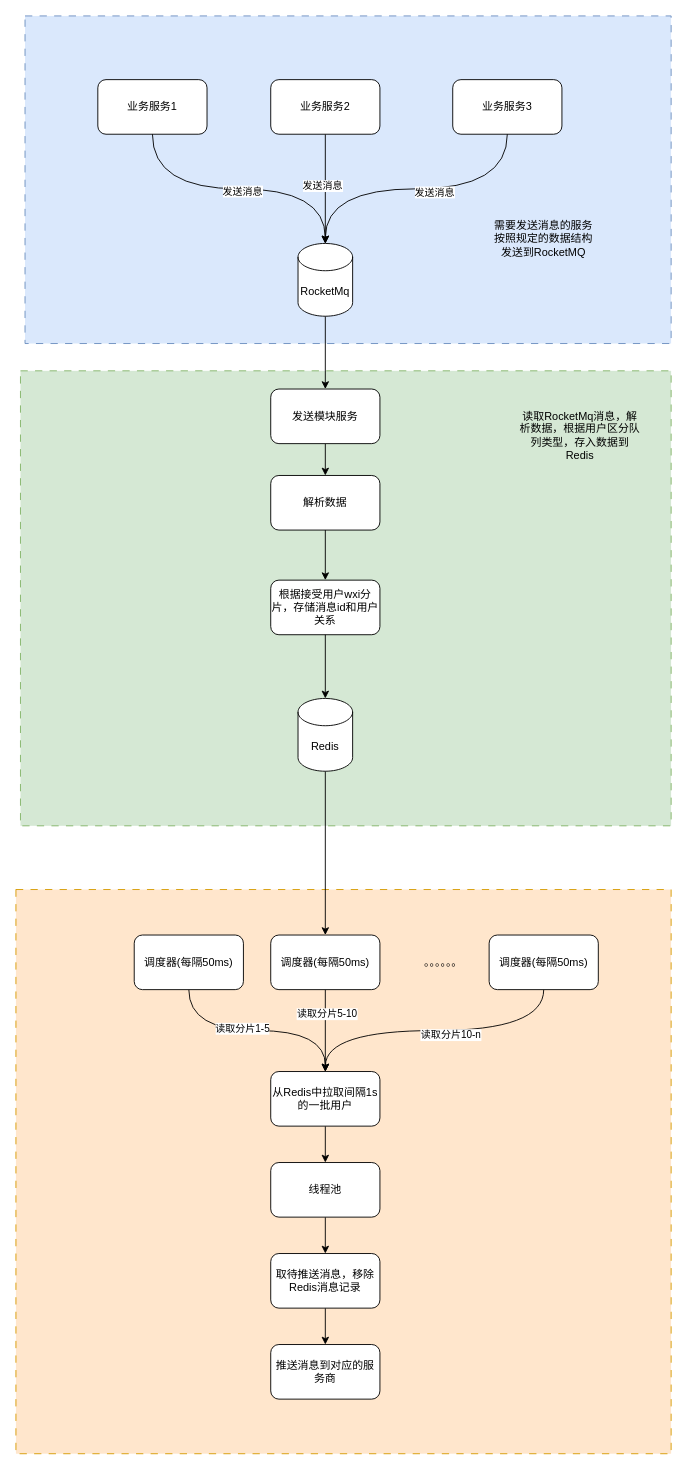
The draw.io diagram miyuan/发送模块架构.drawio in smallleaf/draw.io, before the edit. Source tidied: cells renumbered, new cells numbered last; positions are measured from the earlier drawing's top-left corner, leaving out a move shared by most shapes. Both pictures are drawn from the tidied source at 91%, with x=0, y=0 at pixel (15, 15).
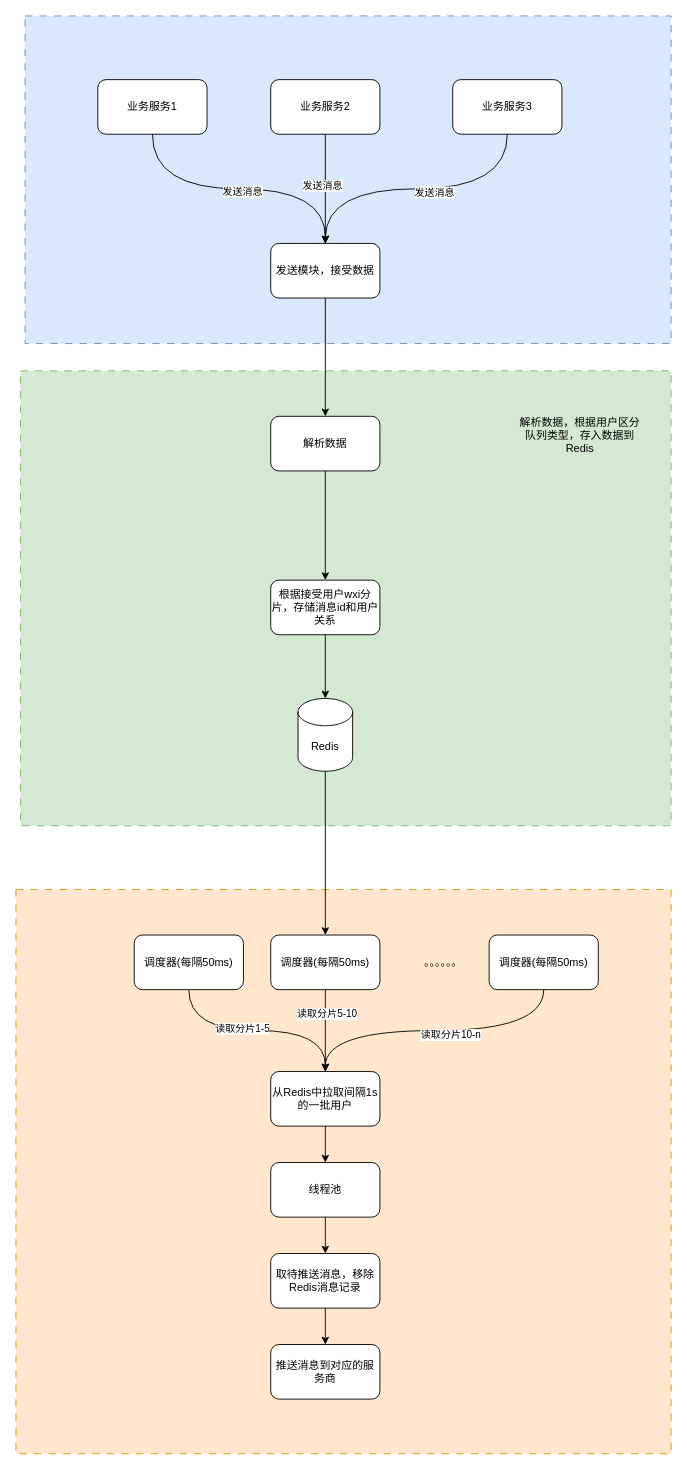
After the change.

Commit message:
更新发送模块架构.drawio

Unchanged cells that the change refers to:
```xml
<mxCell id="7" value="业务服务1" style="rounded=1;whiteSpace=wrap;html=1;" parent="1" vertex="1">
  <mxGeometry x="90" y="70" width="120" height="60" as="geometry" />
</mxCell>
<mxCell id="11" value="业务服务3" style="rounded=1;whiteSpace=wrap;html=1;" parent="1" vertex="1">
  <mxGeometry x="480" y="70" width="120" height="60" as="geometry" />
</mxCell>
```

Change to the diagram source:
```diff
@@
-    <mxCell id="5" style="edgeStyle=orthogonalEdgeStyle;rounded=0;jettySize=auto;html=1;exitX=0.5;exitY=1;exitDx=0;exitDy=0;exitPerimeter=0;entryX=0.5;entryY=0;entryDx=0;entryDy=0;" parent="1" edge="1" source="6" target="18">
-      <mxGeometry relative="1" as="geometry" />
-    </mxCell>
-    <mxCell id="6" value="RocketMq" style="shape=cylinder3;whiteSpace=wrap;html=1;boundedLbl=1;backgroundOutline=1;size=15;" parent="1" vertex="1">
-      <mxGeometry x="310" y="250" width="60" height="80" as="geometry" />
-    </mxCell>
@@
-    <mxCell id="12" style="edgeStyle=orthogonalEdgeStyle;rounded=0;jettySize=auto;html=1;exitX=0.5;exitY=1;exitDx=0;exitDy=0;entryX=0.5;entryY=0;entryDx=0;entryDy=0;entryPerimeter=0;curved=1;" parent="1" edge="1" source="7" target="6">
-      <mxGeometry relative="1" as="geometry" />
+    <mxCell id="12" style="edgeStyle=orthogonalEdgeStyle;rounded=0;jettySize=auto;html=1;exitX=0.5;exitY=1;exitDx=0;exitDy=0;entryX=0.5;entryY=0;entryDx=0;entryDy=0;entryPerimeter=0;curved=1;" parent="1" edge="1" source="7">
+      <mxGeometry relative="1" as="geometry">
+        <mxPoint x="340" y="250" as="targetPoint" />
+      </mxGeometry>
     </mxCell>
@@
-    <mxCell id="14" style="edgeStyle=orthogonalEdgeStyle;rounded=0;jettySize=auto;html=1;exitX=0.5;exitY=1;exitDx=0;exitDy=0;entryX=0.5;entryY=0;entryDx=0;entryDy=0;entryPerimeter=0;curved=1;" parent="1" edge="1" source="11" target="6">
-      <mxGeometry relative="1" as="geometry" />
+    <mxCell id="14" style="edgeStyle=orthogonalEdgeStyle;rounded=0;jettySize=auto;html=1;exitX=0.5;exitY=1;exitDx=0;exitDy=0;entryX=0.5;entryY=0;entryDx=0;entryDy=0;entryPerimeter=0;curved=1;" parent="1" edge="1" source="11">
+      <mxGeometry relative="1" as="geometry">
+        <mxPoint x="340" y="250" as="targetPoint" />
+      </mxGeometry>
     </mxCell>
@@
-    <mxCell id="16" value="需要发送消息的服务按照规定的数据结构发送到RocketMQ" style="text;html=1;align=center;verticalAlign=middle;whiteSpace=wrap;rounded=0;" parent="1" vertex="1">
-      <mxGeometry x="520" y="220" width="120" height="50" as="geometry" />
-    </mxCell>
@@
-    <mxCell id="18" value="发送模块服务" style="rounded=1;whiteSpace=wrap;html=1;" parent="1" vertex="1">
-      <mxGeometry x="280" y="410" width="120" height="60" as="geometry" />
+    <mxCell id="18" value="发送模块，接受数据" style="rounded=1;whiteSpace=wrap;html=1;" parent="1" vertex="1">
+      <mxGeometry x="280" y="250" width="120" height="60" as="geometry" />
     </mxCell>
@@
     <mxCell id="20" value="解析数据" style="rounded=1;whiteSpace=wrap;html=1;" parent="1" vertex="1">
-      <mxGeometry x="280" y="505" width="120" height="60" as="geometry" />
+      <mxGeometry x="280" y="440" width="120" height="60" as="geometry" />
     </mxCell>
@@
-    <mxCell id="23" value="读取RocketMq消息，解析数据，根据用户区分队列类型，存入数据到Redis" style="text;html=1;align=center;verticalAlign=middle;whiteSpace=wrap;rounded=0;" parent="1" vertex="1">
+    <mxCell id="23" value="解析数据，根据用户区分队列类型，存入数据到Redis" style="text;html=1;align=center;verticalAlign=middle;whiteSpace=wrap;rounded=0;" parent="1" vertex="1">
       <mxGeometry x="550" y="417.5" width="140" height="87.5" as="geometry" />
     </mxCell>
```
